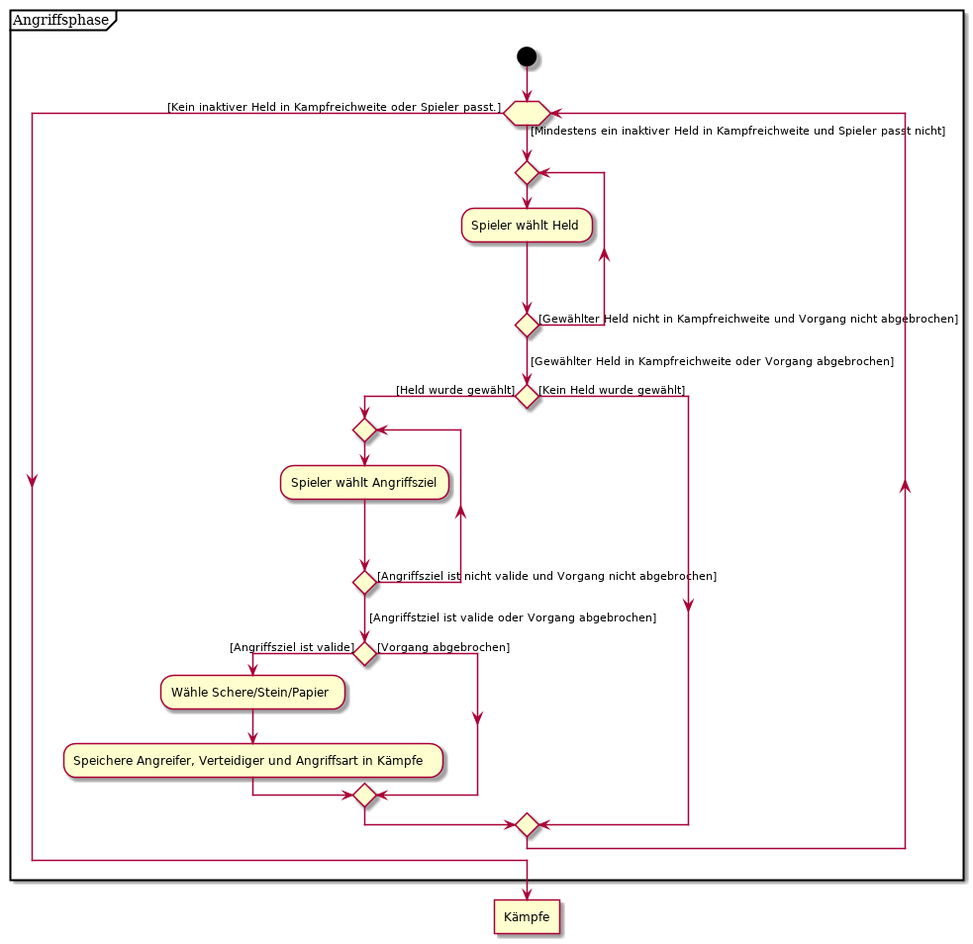
The PlantUML diagram Design/OOA/Diagramme/Angriffphase.png in Vitja21/SE1PUE3, before a commit.
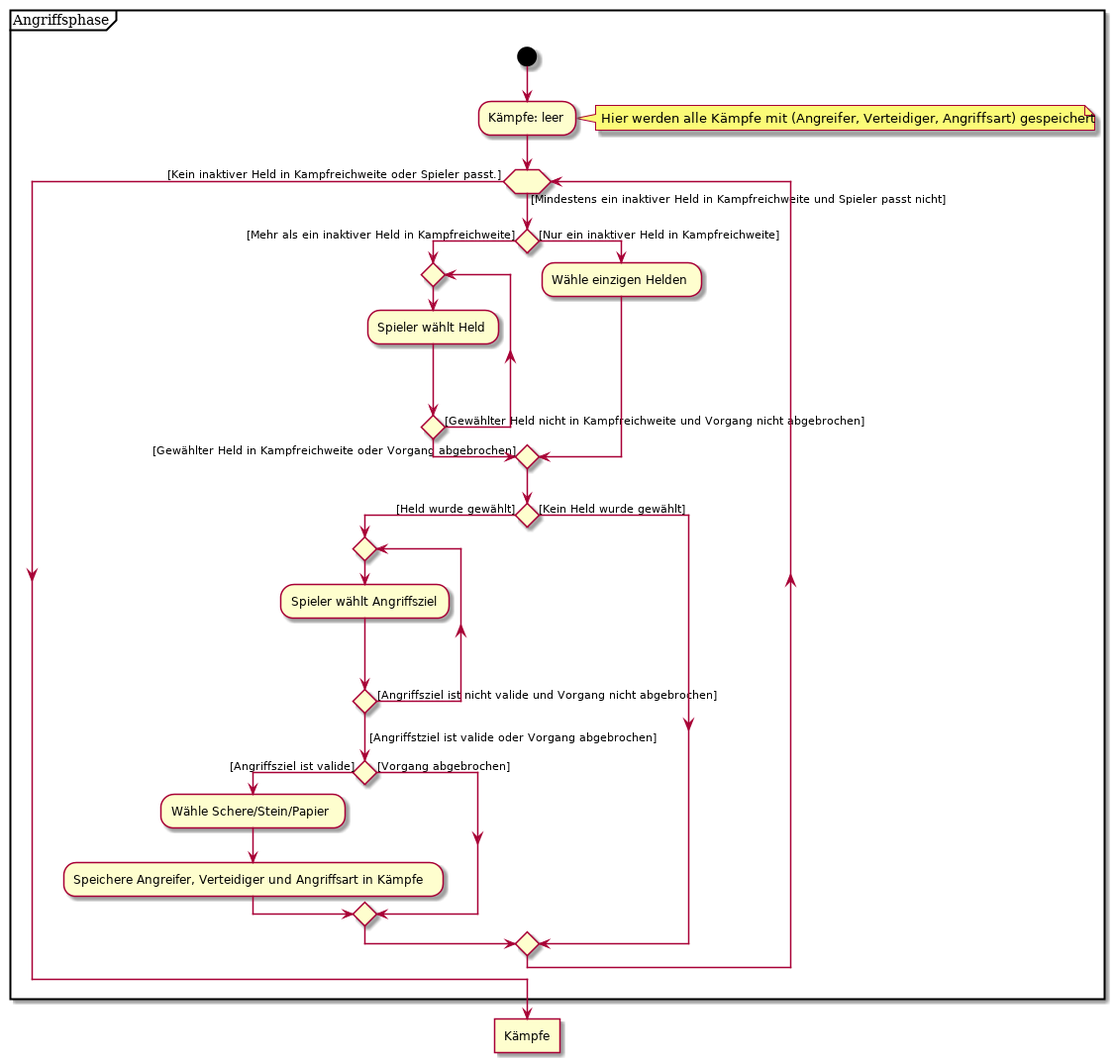
Above is the later version.

Commit message:
Erkläre Kämpfe Variable, verkürze Wahl bei nur einem Held

Diff of the diagram source:
```diff
@@ -1,31 +1,37 @@
 @startuml
 partition "Angriffsphase" {
 
-start
+    start
 
+    :Kämpfe: leer;
+    note right: Hier werden alle Kämpfe mit (Angreifer, Verteidiger, Angriffsart) gespeichert
 
-while ( ) is ([Mindestens ein inaktiver Held in Kampfreichweite und Spieler passt nicht])
-repeat
-:Spieler wählt Held;
-repeat while () is ([Gewählter Held nicht in Kampfreichweite und Vorgang nicht abgebrochen])
--> [Gewählter Held in Kampfreichweite oder Vorgang abgebrochen];
+    while ( ) is ([Mindestens ein inaktiver Held in Kampfreichweite und Spieler passt nicht])
+        if () then ([Mehr als ein inaktiver Held in Kampfreichweite])
+        repeat
+        :Spieler wählt Held;
+        repeat while () is ([Gewählter Held nicht in Kampfreichweite und Vorgang nicht abgebrochen])
+        -> [Gewählter Held in Kampfreichweite oder Vorgang abgebrochen];
+    else ([Nur ein inaktiver Held in Kampfreichweite])
+        :Wähle einzigen Helden;
+    endif
 
-if () then ([Held wurde gewählt])
+        if () then ([Held wurde gewählt])
 
-repeat
-:Spieler wählt Angriffsziel;
-repeat while () is ([Angriffsziel ist nicht valide und Vorgang nicht abgebrochen])
--> [Angriffstziel ist valide oder Vorgang abgebrochen];
-if () then ([Angriffsziel ist valide])
-:Wähle Schere/Stein/Papier;
-:Speichere Angreifer, Verteidiger und Angriffsart in Kämpfe;
-else ([Vorgang abgebrochen])
-endif
+            repeat
+            :Spieler wählt Angriffsziel;
+            repeat while () is ([Angriffsziel ist nicht valide und Vorgang nicht abgebrochen])
+            -> [Angriffstziel ist valide oder Vorgang abgebrochen];
+            if () then ([Angriffsziel ist valide])
+                :Wähle Schere/Stein/Papier;
+                :Speichere Angreifer, Verteidiger und Angriffsart in Kämpfe;
+            else ([Vorgang abgebrochen])
+            endif
 
-else ([Kein Held wurde gewählt])
-endif
+        else ([Kein Held wurde gewählt])
+        endif
 
-endwhile ([Kein inaktiver Held in Kampfreichweite oder Spieler passt.])
+    endwhile ([Kein inaktiver Held in Kampfreichweite oder Spieler passt.])
 
 }
 :Kämpfe]
```
